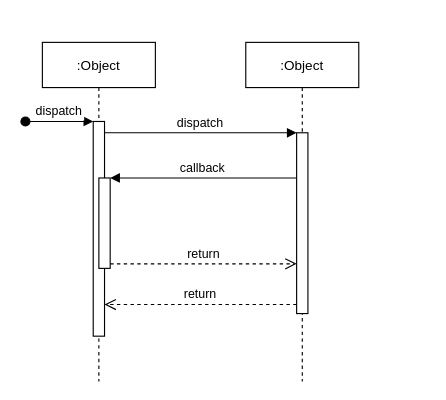
This is Qjl_Goods.drawio from Luffybaga/draw, a draw.io file, before an edit. Source tidied: cells renumbered, new cells numbered last; positions are measured from the earlier drawing's top-left corner, leaving out a move shared by most shapes. Both pictures are drawn from the tidied source at 113%, with x=0, y=0 at pixel (25, 42).
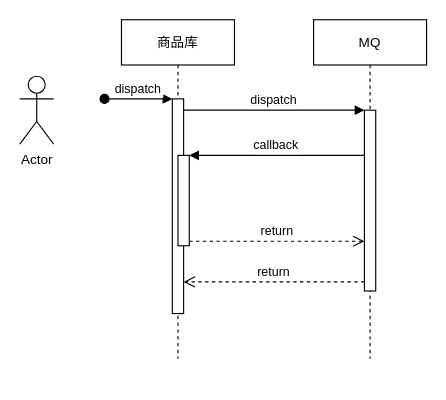
Above is the later version.

Diff of the diagram source:
```diff
@@
 <mxGraphModel>
   <root>
     <mxCell id="0" />
     <mxCell id="1" parent="0" />
-    <mxCell id="2" value=":Object" style="shape=umlLifeline;perimeter=lifelinePerimeter;rounded=0;shadow=0;strokeWidth=1;" parent="1" vertex="1">
-      <mxGeometry x="15" width="100" height="300" as="geometry" />
+    <mxCell id="2" value="商品库" style="shape=umlLifeline;perimeter=lifelinePerimeter;rounded=0;shadow=0;strokeWidth=1;" parent="1" vertex="1">
+      <mxGeometry x="85" y="-20" width="100" height="300" as="geometry" />
     </mxCell>
     <mxCell id="3" style="points=[];perimeter=orthogonalPerimeter;rounded=0;shadow=0;strokeWidth=1;" parent="2" vertex="1">
       <mxGeometry x="45" y="70" width="10" height="190" as="geometry" />
     </mxCell>
     <mxCell id="4" value="dispatch" style="verticalAlign=bottom;startArrow=oval;endArrow=block;startSize=8;shadow=0;strokeWidth=1;" parent="2" edge="1" target="3">
       <mxGeometry relative="1" as="geometry">
         <mxPoint x="-15" y="70" as="sourcePoint" />
       </mxGeometry>
     </mxCell>
     <mxCell id="5" style="points=[];perimeter=orthogonalPerimeter;rounded=0;shadow=0;strokeWidth=1;" parent="2" vertex="1">
       <mxGeometry x="50" y="120" width="10" height="80" as="geometry" />
     </mxCell>
-    <mxCell id="6" value=":Object" style="shape=umlLifeline;perimeter=lifelinePerimeter;rounded=0;shadow=0;strokeWidth=1;" parent="1" vertex="1">
-      <mxGeometry x="195" width="100" height="300" as="geometry" />
+    <mxCell id="6" value="MQ" style="shape=umlLifeline;perimeter=lifelinePerimeter;rounded=0;shadow=0;strokeWidth=1;" parent="1" vertex="1">
+      <mxGeometry x="255" y="-20" width="100" height="300" as="geometry" />
     </mxCell>
     <mxCell id="7" style="points=[];perimeter=orthogonalPerimeter;rounded=0;shadow=0;strokeWidth=1;" parent="6" vertex="1">
       <mxGeometry x="45" y="80" width="10" height="160" as="geometry" />
     </mxCell>
     <mxCell id="8" value="return" style="verticalAlign=bottom;endArrow=open;dashed=1;endSize=8;exitX=0;exitY=0.95;shadow=0;strokeWidth=1;" parent="1" edge="1" source="7" target="3">
       <mxGeometry relative="1" as="geometry" />
     </mxCell>
     <mxCell id="9" value="dispatch" style="verticalAlign=bottom;endArrow=block;entryX=0;entryY=0;shadow=0;strokeWidth=1;" parent="1" edge="1" source="3" target="7">
       <mxGeometry relative="1" as="geometry" />
     </mxCell>
     <mxCell id="10" value="callback" style="verticalAlign=bottom;endArrow=block;entryX=1;entryY=0;shadow=0;strokeWidth=1;" parent="1" edge="1" source="7" target="5">
       <mxGeometry relative="1" as="geometry" />
     </mxCell>
     <mxCell id="11" value="return" style="verticalAlign=bottom;endArrow=open;dashed=1;endSize=8;exitX=1;exitY=0.95;shadow=0;strokeWidth=1;" parent="1" edge="1" source="5" target="7">
       <mxGeometry relative="1" as="geometry" />
     </mxCell>
+    <mxCell id="12" value="Actor" style="shape=umlActor;verticalLabelPosition=bottom;verticalAlign=top;html=1;" parent="1" vertex="1">
+      <mxGeometry x="-5" y="30" width="30" height="60" as="geometry" />
+    </mxCell>
   </root>
 </mxGraphModel>
```
